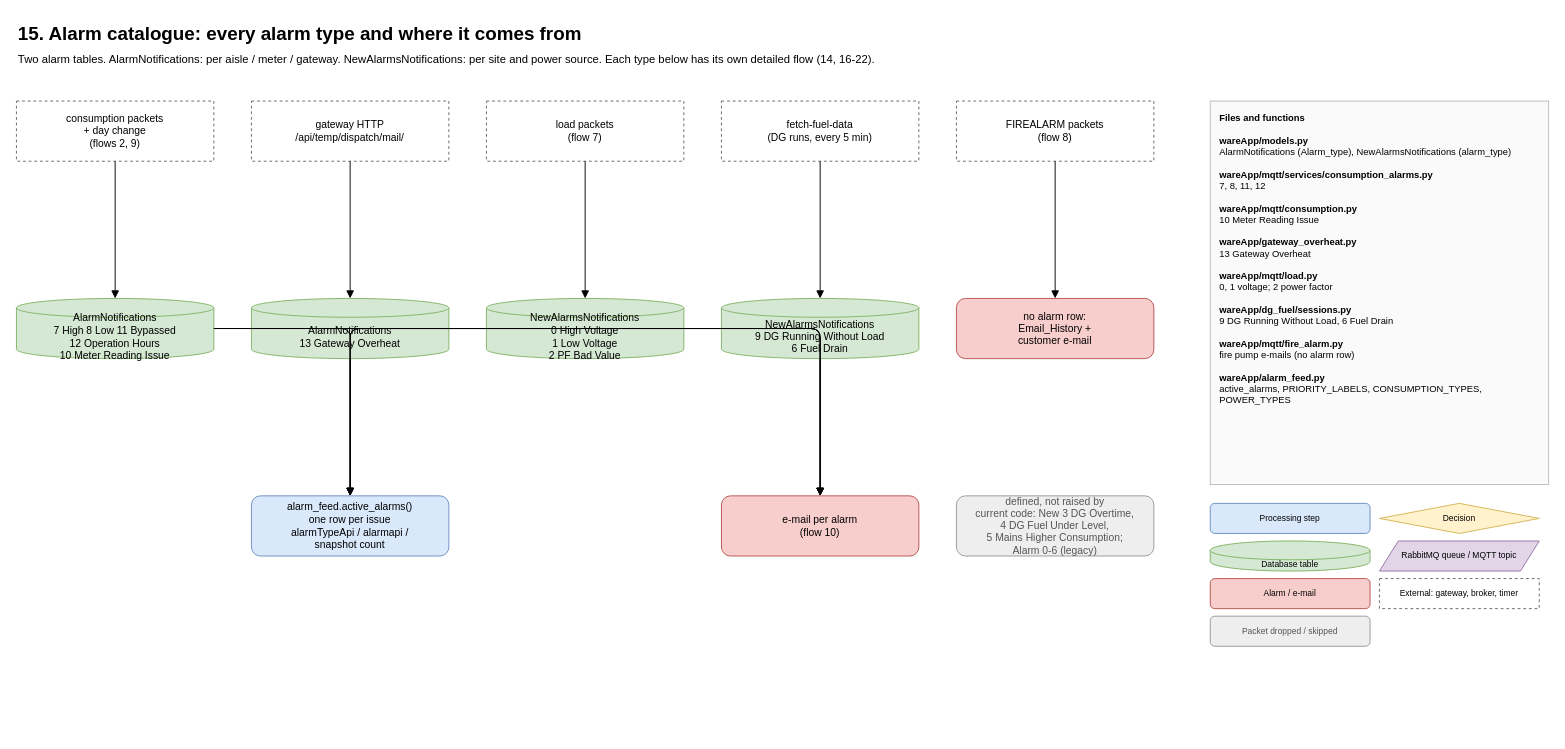
Before: docs/mqtt-flows/drawio/15-alarm-catalogue.drawio in ashutoshdubey-aviconn/AVC-backend, a draw.io diagram. Source tidied: cells renumbered, new cells numbered last; positions are measured from the earlier drawing's top-left corner, leaving out a move shared by most shapes. Both pictures are drawn from the tidied source at 94%, with x=0, y=0 at pixel (16, 16).
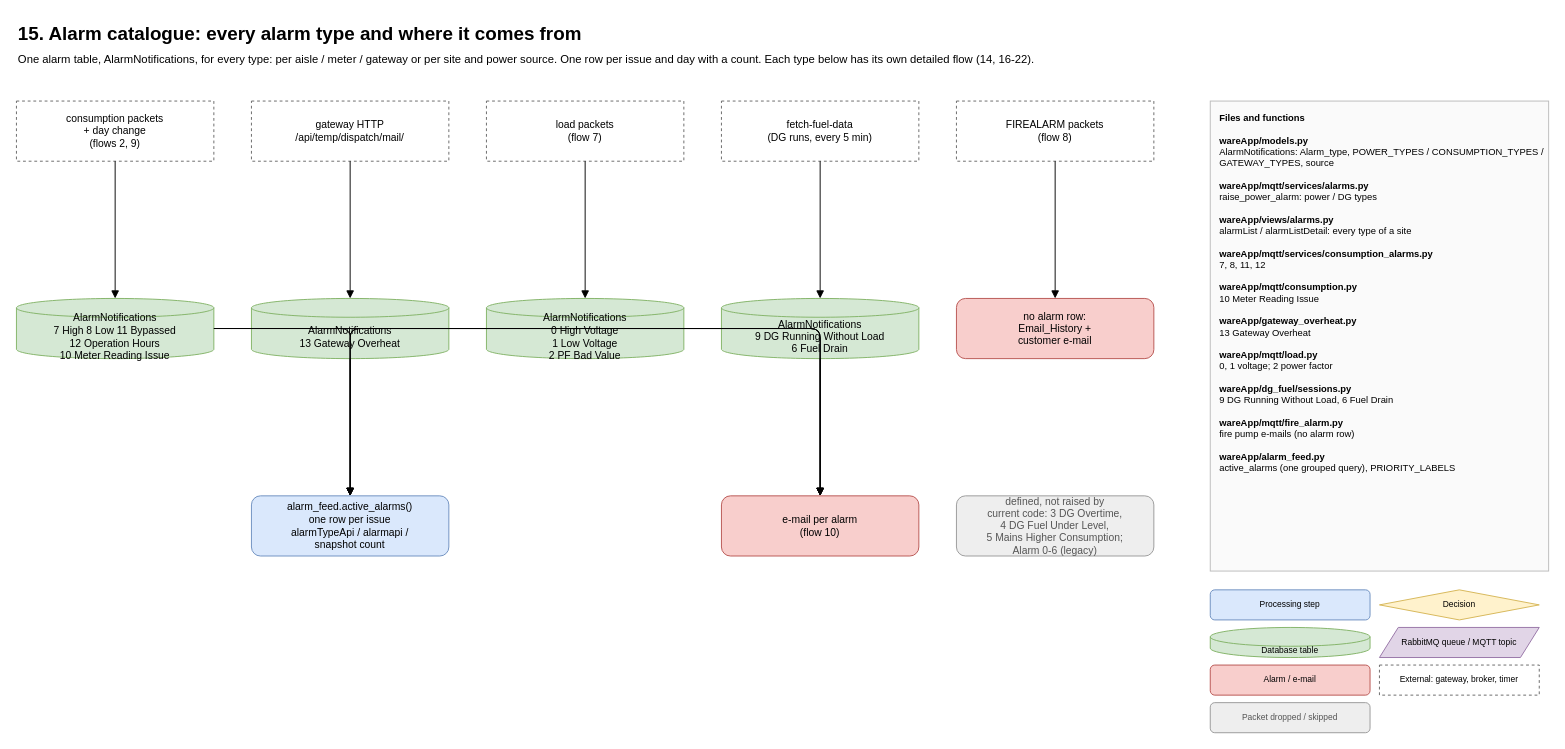
The same page after the edit.

Diff of the diagram source:
```diff
@@
-    <mxCell id="3" value="Two alarm tables. AlarmNotifications: per aisle / meter / gateway. NewAlarmsNotifications: per site and power source. Each type below has its own detailed flow (14, 16-22)." style="text;html=1;fontSize=12;align=left;whiteSpace=wrap;" parent="1" vertex="1">
+    <mxCell id="3" value="One alarm table, AlarmNotifications, for every type: per aisle / meter / gateway or per site and power source. One row per issue and day with a count. Each type below has its own detailed flow (14, 16-22)." style="text;html=1;fontSize=12;align=left;whiteSpace=wrap;" parent="1" vertex="1">
       <mxGeometry y="32" width="1100" height="40" as="geometry" />
     </mxCell>
@@
-    <mxCell id="11" value="NewAlarmsNotifications&lt;br&gt;0 High Voltage&lt;br&gt;1 Low Voltage&lt;br&gt;2 PF Bad Value" style="shape=cylinder3;whiteSpace=wrap;html=1;boundedLbl=1;size=10;fillColor=#d5e8d4;strokeColor=#82b366;fontSize=11;" parent="1" vertex="1">
+    <mxCell id="11" value="AlarmNotifications&lt;br&gt;0 High Voltage&lt;br&gt;1 Low Voltage&lt;br&gt;2 PF Bad Value" style="shape=cylinder3;whiteSpace=wrap;html=1;boundedLbl=1;size=10;fillColor=#d5e8d4;strokeColor=#82b366;fontSize=11;" parent="1" vertex="1">
       <mxGeometry x="500" y="300" width="210" height="64" as="geometry" />
     </mxCell>
-    <mxCell id="12" value="NewAlarmsNotifications&lt;br&gt;9 DG Running Without Load&lt;br&gt;6 Fuel Drain" style="shape=cylinder3;whiteSpace=wrap;html=1;boundedLbl=1;size=10;fillColor=#d5e8d4;strokeColor=#82b366;fontSize=11;" parent="1" vertex="1">
+    <mxCell id="12" value="AlarmNotifications&lt;br&gt;9 DG Running Without Load&lt;br&gt;6 Fuel Drain" style="shape=cylinder3;whiteSpace=wrap;html=1;boundedLbl=1;size=10;fillColor=#d5e8d4;strokeColor=#82b366;fontSize=11;" parent="1" vertex="1">
       <mxGeometry x="750" y="300" width="210" height="64" as="geometry" />
     </mxCell>
@@
-    <mxCell id="16" value="defined, not raised by&lt;br&gt;current code: New 3 DG Overtime,&lt;br&gt;4 DG Fuel Under Level,&lt;br&gt;5 Mains Higher Consumption;&lt;br&gt;Alarm 0-6 (legacy)" style="rounded=1;whiteSpace=wrap;html=1;fillColor=#eeeeee;strokeColor=#999999;fontColor=#555555;fontSize=11;" parent="1" vertex="1">
+    <mxCell id="16" value="defined, not raised by&lt;br&gt;current code: 3 DG Overtime,&lt;br&gt;4 DG Fuel Under Level,&lt;br&gt;5 Mains Higher Consumption;&lt;br&gt;Alarm 0-6 (legacy)" style="rounded=1;whiteSpace=wrap;html=1;fillColor=#eeeeee;strokeColor=#999999;fontColor=#555555;fontSize=11;" parent="1" vertex="1">
       <mxGeometry x="1000" y="510" width="210" height="64" as="geometry" />
     </mxCell>
@@
-    <mxCell id="30" value="&lt;b&gt;Files and functions&lt;/b&gt;&lt;br&gt;&lt;br&gt;&lt;b&gt;wareApp/models.py&lt;/b&gt;&lt;br&gt;AlarmNotifications (Alarm_type), NewAlarmsNotifications (alarm_type)&lt;br&gt;&lt;br&gt;&lt;b&gt;wareApp/mqtt/services/consumption_alarms.py&lt;/b&gt;&lt;br&gt;7, 8, 11, 12&lt;br&gt;&lt;br&gt;&lt;b&gt;wareApp/mqtt/consumption.py&lt;/b&gt;&lt;br&gt;10 Meter Reading Issue&lt;br&gt;&lt;br&gt;&lt;b&gt;wareApp/gateway_overheat.py&lt;/b&gt;&lt;br&gt;13 Gateway Overheat&lt;br&gt;&lt;br&gt;&lt;b&gt;wareApp/mqtt/load.py&lt;/b&gt;&lt;br&gt;0, 1 voltage; 2 power factor&lt;br&gt;&lt;br&gt;&lt;b&gt;wareApp/dg_fuel/sessions.py&lt;/b&gt;&lt;br&gt;9 DG Running Without Load, 6 Fuel Drain&lt;br&gt;&lt;br&gt;&lt;b&gt;wareApp/mqtt/fire_alarm.py&lt;/b&gt;&lt;br&gt;fire pump e-mails (no alarm row)&lt;br&gt;&lt;br&gt;&lt;b&gt;wareApp/alarm_feed.py&lt;/b&gt;&lt;br&gt;active_alarms, PRIORITY_LABELS, CONSUMPTION_TYPES, POWER_TYPES&lt;br&gt;&lt;br&gt;" style="rounded=0;whiteSpace=wrap;html=1;align=left;verticalAlign=top;spacingLeft=8;spacingTop=6;fillColor=#fafafa;strokeColor=#bbbbbb;fontSize=10;" parent="1" vertex="1">
-      <mxGeometry x="1270" y="90" width="360" height="408" as="geometry" />
+    <mxCell id="30" value="&lt;b&gt;Files and functions&lt;/b&gt;&lt;br&gt;&lt;br&gt;&lt;b&gt;wareApp/models.py&lt;/b&gt;&lt;br&gt;AlarmNotifications: Alarm_type, POWER_TYPES / CONSUMPTION_TYPES / GATEWAY_TYPES, source&lt;br&gt;&lt;br&gt;&lt;b&gt;wareApp/mqtt/services/alarms.py&lt;/b&gt;&lt;br&gt;raise_power_alarm: power / DG types&lt;br&gt;&lt;br&gt;&lt;b&gt;wareApp/views/alarms.py&lt;/b&gt;&lt;br&gt;alarmList / alarmListDetail: every type of a site&lt;br&gt;&lt;br&gt;&lt;b&gt;wareApp/mqtt/services/consumption_alarms.py&lt;/b&gt;&lt;br&gt;7, 8, 11, 12&lt;br&gt;&lt;br&gt;&lt;b&gt;wareApp/mqtt/consumption.py&lt;/b&gt;&lt;br&gt;10 Meter Reading Issue&lt;br&gt;&lt;br&gt;&lt;b&gt;wareApp/gateway_overheat.py&lt;/b&gt;&lt;br&gt;13 Gateway Overheat&lt;br&gt;&lt;br&gt;&lt;b&gt;wareApp/mqtt/load.py&lt;/b&gt;&lt;br&gt;0, 1 voltage; 2 power factor&lt;br&gt;&lt;br&gt;&lt;b&gt;wareApp/dg_fuel/sessions.py&lt;/b&gt;&lt;br&gt;9 DG Running Without Load, 6 Fuel Drain&lt;br&gt;&lt;br&gt;&lt;b&gt;wareApp/mqtt/fire_alarm.py&lt;/b&gt;&lt;br&gt;fire pump e-mails (no alarm row)&lt;br&gt;&lt;br&gt;&lt;b&gt;wareApp/alarm_feed.py&lt;/b&gt;&lt;br&gt;active_alarms (one grouped query), PRIORITY_LABELS&lt;br&gt;&lt;br&gt;" style="rounded=0;whiteSpace=wrap;html=1;align=left;verticalAlign=top;spacingLeft=8;spacingTop=6;fillColor=#fafafa;strokeColor=#bbbbbb;fontSize=10;" parent="1" vertex="1">
+      <mxGeometry x="1270" y="90" width="360" height="500" as="geometry" />
     </mxCell>
     <mxCell id="31" value="Processing step" style="rounded=1;whiteSpace=wrap;html=1;fillColor=#dae8fc;strokeColor=#6c8ebf;fontSize=9;" parent="1" vertex="1">
-      <mxGeometry x="1270" y="518" width="170" height="32" as="geometry" />
+      <mxGeometry x="1270" y="610" width="170" height="32" as="geometry" />
     </mxCell>
     <mxCell id="32" value="Decision" style="rhombus;whiteSpace=wrap;html=1;fillColor=#fff2cc;strokeColor=#d6b656;fontSize=9;" parent="1" vertex="1">
-      <mxGeometry x="1450" y="518" width="170" height="32" as="geometry" />
+      <mxGeometry x="1450" y="610" width="170" height="32" as="geometry" />
     </mxCell>
     <mxCell id="33" value="Database table" style="shape=cylinder3;whiteSpace=wrap;html=1;boundedLbl=1;size=10;fillColor=#d5e8d4;strokeColor=#82b366;fontSize=9;" parent="1" vertex="1">
-      <mxGeometry x="1270" y="558" width="170" height="32" as="geometry" />
+      <mxGeometry x="1270" y="650" width="170" height="32" as="geometry" />
     </mxCell>
     <mxCell id="34" value="RabbitMQ queue / MQTT topic" style="shape=parallelogram;perimeter=parallelogramPerimeter;whiteSpace=wrap;html=1;fixedSize=1;fillColor=#e1d5e7;strokeColor=#9673a6;fontSize=9;" parent="1" vertex="1">
-      <mxGeometry x="1450" y="558" width="170" height="32" as="geometry" />
+      <mxGeometry x="1450" y="650" width="170" height="32" as="geometry" />
     </mxCell>
     <mxCell id="35" value="Alarm / e-mail" style="rounded=1;whiteSpace=wrap;html=1;fillColor=#f8cecc;strokeColor=#b85450;fontSize=9;" parent="1" vertex="1">
-      <mxGeometry x="1270" y="598" width="170" height="32" as="geometry" />
+      <mxGeometry x="1270" y="690" width="170" height="32" as="geometry" />
     </mxCell>
     <mxCell id="36" value="External: gateway, broker, timer" style="rounded=0;whiteSpace=wrap;html=1;dashed=1;fillColor=#ffffff;strokeColor=#666666;fontSize=9;" parent="1" vertex="1">
-      <mxGeometry x="1450" y="598" width="170" height="32" as="geometry" />
+      <mxGeometry x="1450" y="690" width="170" height="32" as="geometry" />
     </mxCell>
     <mxCell id="37" value="Packet dropped / skipped" style="rounded=1;whiteSpace=wrap;html=1;fillColor=#eeeeee;strokeColor=#999999;fontColor=#555555;fontSize=9;" parent="1" vertex="1">
-      <mxGeometry x="1270" y="638" width="170" height="32" as="geometry" />
+      <mxGeometry x="1270" y="730" width="170" height="32" as="geometry" />
     </mxCell>
```
